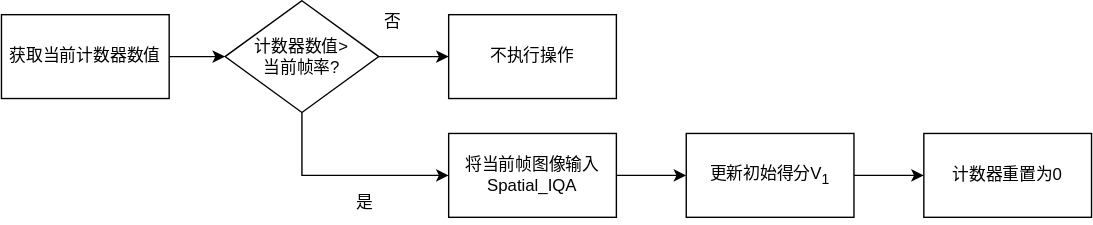
This is 初始得分更新模块.drawio.svg from hrf666666/FlowCharts, a draw.io export, as it was before one commit. Source tidied: cells renumbered, new cells last; positions are measured from the earlier drawing's top-left corner, leaving out a move shared by most shapes.
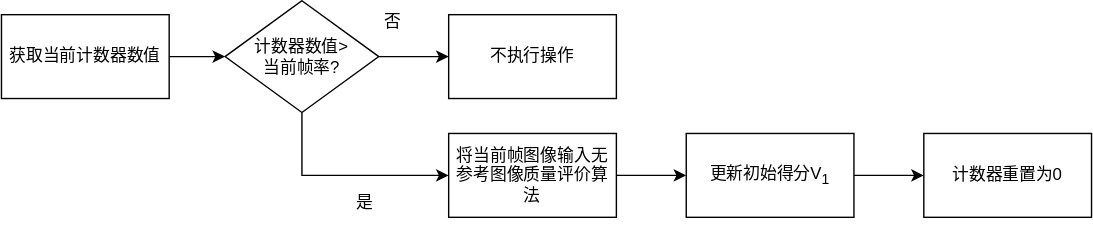
After the commit.

Commit message:
更新初始得分更新模块.drawio.svg

The edit, as a diff of the source:
```diff
@@ -17,7 +17,7 @@
     <mxCell id="6" style="edgeStyle=orthogonalEdgeStyle;rounded=0;jettySize=auto;html=1;entryX=0;entryY=0.5;entryDx=0;entryDy=0;spacingTop=0;" parent="1" edge="1" source="7" target="9">
       <mxGeometry relative="1" as="geometry" />
     </mxCell>
-    <mxCell id="7" value="将当前帧图像输入Spatial_IQA" style="rounded=0;whiteSpace=wrap;html=1;spacingTop=0;" parent="1" vertex="1">
+    <mxCell id="7" value="将当前帧图像输入无参考图像质量评价算法" style="rounded=0;whiteSpace=wrap;html=1;spacingTop=0;" parent="1" vertex="1">
       <mxGeometry x="320" y="95" width="120" height="60" as="geometry" />
     </mxCell>
     <mxCell id="8" style="edgeStyle=orthogonalEdgeStyle;rounded=0;jettySize=auto;html=1;entryX=0;entryY=0.5;entryDx=0;entryDy=0;" parent="1" edge="1" source="9" target="14">
```
